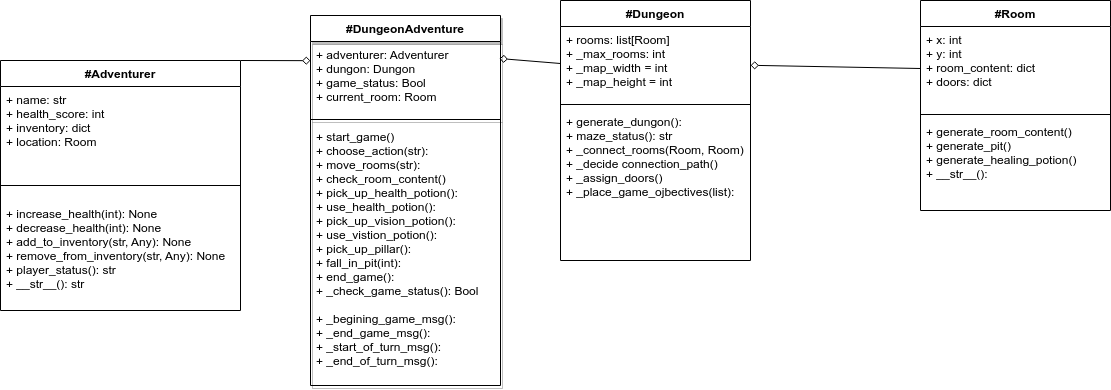
Before: doc/class_uml_diagram.drawio.png, a diagram exported from draw.io (warlicks/dungon-adventrue). Source tidied: cells renumbered, new cells last; positions are measured from the earlier drawing's top-left corner, leaving out a move shared by most shapes.
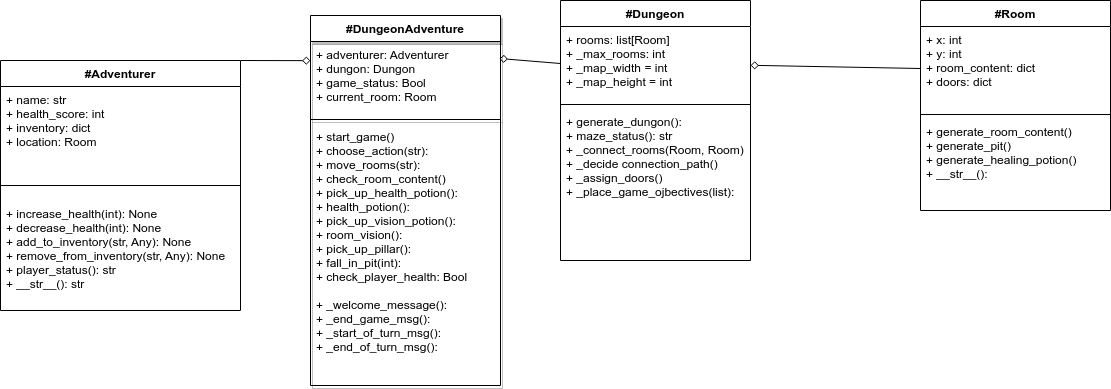
The same diagram one commit later.

Commit message:
small clean up of diagram.

Change to the diagram source:
```diff
@@ -26,7 +26,7 @@
     <mxCell id="9" style="line;strokeWidth=1;fillColor=none;align=left;verticalAlign=middle;spacingTop=-1;spacingLeft=3;spacingRight=3;labelPosition=right;strokeColor=inherit;shadow=1;rounded=0;" parent="7" vertex="1">
       <mxGeometry y="100" width="190" height="8" as="geometry" />
     </mxCell>
-    <mxCell id="10" value="+ start_game()&#10;+ choose_action(str):&#10;+ move_rooms(str):&#10;+ check_room_content()&#10;+ pick_up_health_potion():&#10;+ use_health_potion():&#10;+ pick_up_vision_potion():&#10;+ use_vistion_potion():&#10;+ pick_up_pillar():&#10;+ fall_in_pit(int):&#10;+ end_game():  &#10;+ _check_game_status(): Bool&#10;&#10;+ _begining_game_msg():&#10;+ _end_game_msg():&#10;+ _start_of_turn_msg():&#10;+ _end_of_turn_msg():&#10;&#10;&#10; " style="text;strokeColor=none;fillColor=none;align=left;verticalAlign=top;spacingLeft=4;spacingRight=4;overflow=hidden;shadow=1;rounded=0;" parent="7" vertex="1">
+    <mxCell id="10" value="+ start_game()&#10;+ choose_action(str):&#10;+ move_rooms(str):&#10;+ check_room_content()&#10;+ pick_up_health_potion():&#10;+ health_potion():&#10;+ pick_up_vision_potion():&#10;+ room_vision():&#10;+ pick_up_pillar():&#10;+ fall_in_pit(int):&#10;+ check_player_health: Bool&#10;&#10;+ _welcome_message():&#10;+ _end_game_msg():&#10;+ _start_of_turn_msg():&#10;+ _end_of_turn_msg():&#10;&#10;&#10; " style="text;strokeColor=none;fillColor=none;align=left;verticalAlign=top;spacingLeft=4;spacingRight=4;overflow=hidden;shadow=1;rounded=0;" parent="7" vertex="1">
       <mxGeometry y="108" width="190" height="262" as="geometry" />
     </mxCell>
     <mxCell id="11" value="#Dungeon&#10;" style="swimlane;fontStyle=1;align=center;verticalAlign=top;horizontal=1;startSize=26;" parent="1" vertex="1">
```
